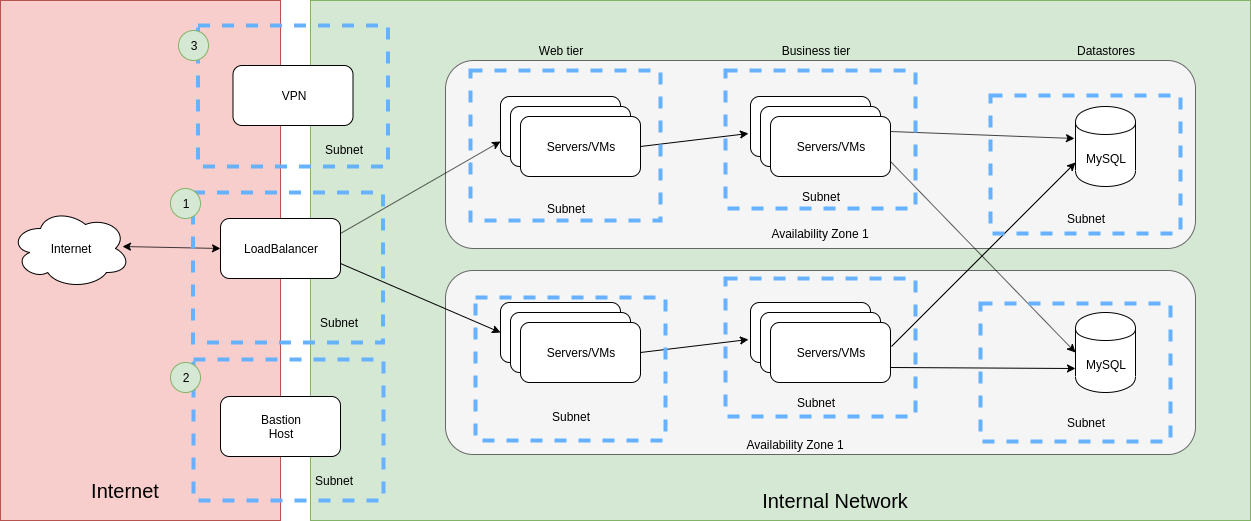
This is docs/kubernetes-security/images/n-tier-application-architecture.png from ManagedKube/kubernetes-ops, a draw.io export, as it was before one commit. Source tidied: cells renumbered, new cells last; positions are measured from the earlier drawing's top-left corner, leaving out a move shared by most shapes.
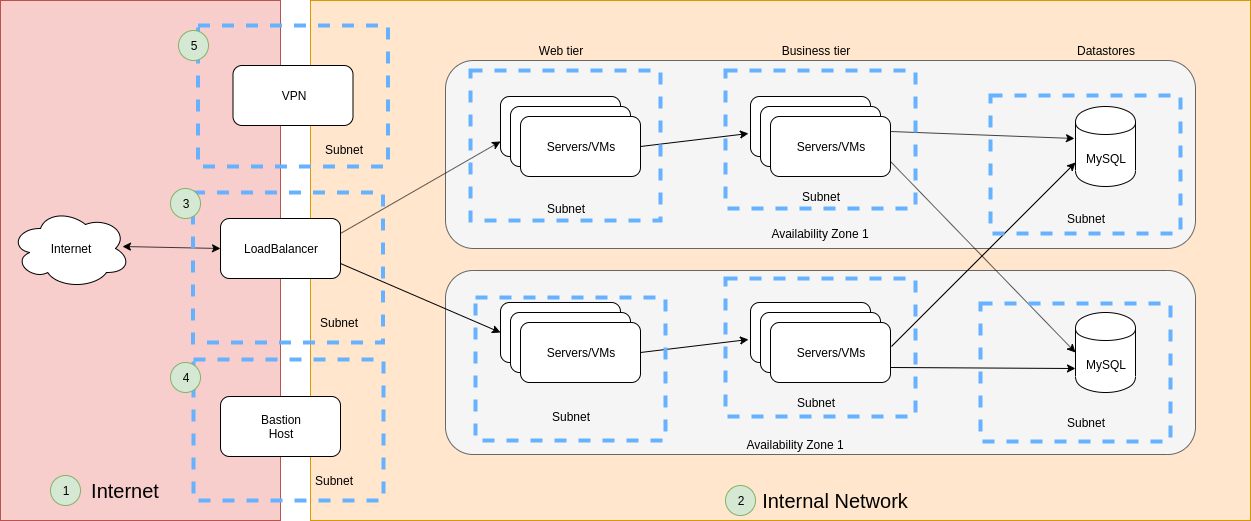
Later version of the same file.

The edit, as a diff of the source:
```diff
@@ -2,7 +2,7 @@
   <root>
     <mxCell id="0" />
     <mxCell id="1" parent="0" />
-    <mxCell id="2" style="rounded=0;whiteSpace=wrap;html=1;fillColor=#d5e8d4;strokeColor=#82b366;" parent="1" vertex="1">
+    <mxCell id="2" style="rounded=0;whiteSpace=wrap;html=1;fillColor=#ffe6cc;strokeColor=#d79b00;" parent="1" vertex="1">
       <mxGeometry x="310" width="940" height="520" as="geometry" />
     </mxCell>
     <mxCell id="3" style="rounded=0;whiteSpace=wrap;html=1;fillColor=#f8cecc;strokeColor=#b85450;" parent="1" vertex="1">
@@ -158,7 +158,7 @@
     <mxCell id="53" value="Subnet" style="text;html=1;strokeColor=none;fillColor=none;align=center;verticalAlign=middle;whiteSpace=wrap;rounded=0;dashed=1;" parent="1" vertex="1">
       <mxGeometry x="292.5" y="312" width="90" height="20" as="geometry" />
     </mxCell>
-    <mxCell id="54" value="1" style="ellipse;whiteSpace=wrap;html=1;strokeColor=#82b366;strokeWidth=1;fillColor=#d5e8d4;" parent="1" vertex="1">
+    <mxCell id="54" value="3" style="ellipse;whiteSpace=wrap;html=1;strokeColor=#82b366;strokeWidth=1;fillColor=#d5e8d4;" parent="1" vertex="1">
       <mxGeometry x="170" y="188" width="30" height="30" as="geometry" />
     </mxCell>
     <mxCell id="55" style="rounded=0;whiteSpace=wrap;html=1;dashed=1;fillColor=none;strokeWidth=4;strokeColor=#66B2FF;" parent="1" vertex="1">
@@ -170,14 +170,20 @@
     <mxCell id="57" style="rounded=0;whiteSpace=wrap;html=1;dashed=1;fillColor=none;strokeWidth=4;strokeColor=#66B2FF;" parent="1" vertex="1">
       <mxGeometry x="193" y="359" width="190" height="141" as="geometry" />
     </mxCell>
-    <mxCell id="58" value="2" style="ellipse;whiteSpace=wrap;html=1;strokeColor=#82b366;strokeWidth=1;fillColor=#d5e8d4;" parent="1" vertex="1">
+    <mxCell id="58" value="4" style="ellipse;whiteSpace=wrap;html=1;strokeColor=#82b366;strokeWidth=1;fillColor=#d5e8d4;" parent="1" vertex="1">
       <mxGeometry x="170" y="362" width="30" height="30" as="geometry" />
     </mxCell>
-    <mxCell id="59" value="3" style="ellipse;whiteSpace=wrap;html=1;strokeColor=#82b366;strokeWidth=1;fillColor=#d5e8d4;" parent="1" vertex="1">
+    <mxCell id="59" value="5" style="ellipse;whiteSpace=wrap;html=1;strokeColor=#82b366;strokeWidth=1;fillColor=#d5e8d4;" parent="1" vertex="1">
       <mxGeometry x="178" y="30" width="30" height="30" as="geometry" />
     </mxCell>
     <mxCell id="60" value="Subnet" style="text;html=1;strokeColor=none;fillColor=none;align=center;verticalAlign=middle;whiteSpace=wrap;rounded=0;dashed=1;" parent="1" vertex="1">
       <mxGeometry x="297.5" y="139" width="90" height="20" as="geometry" />
     </mxCell>
+    <mxCell id="61" value="1" style="ellipse;whiteSpace=wrap;html=1;strokeColor=#82b366;strokeWidth=1;fillColor=#d5e8d4;" parent="1" vertex="1">
+      <mxGeometry x="50" y="475" width="30" height="30" as="geometry" />
+    </mxCell>
+    <mxCell id="62" value="2" style="ellipse;whiteSpace=wrap;html=1;strokeColor=#82b366;strokeWidth=1;fillColor=#d5e8d4;" parent="1" vertex="1">
+      <mxGeometry x="725" y="485" width="30" height="30" as="geometry" />
+    </mxCell>
   </root>
 </mxGraphModel>
```
